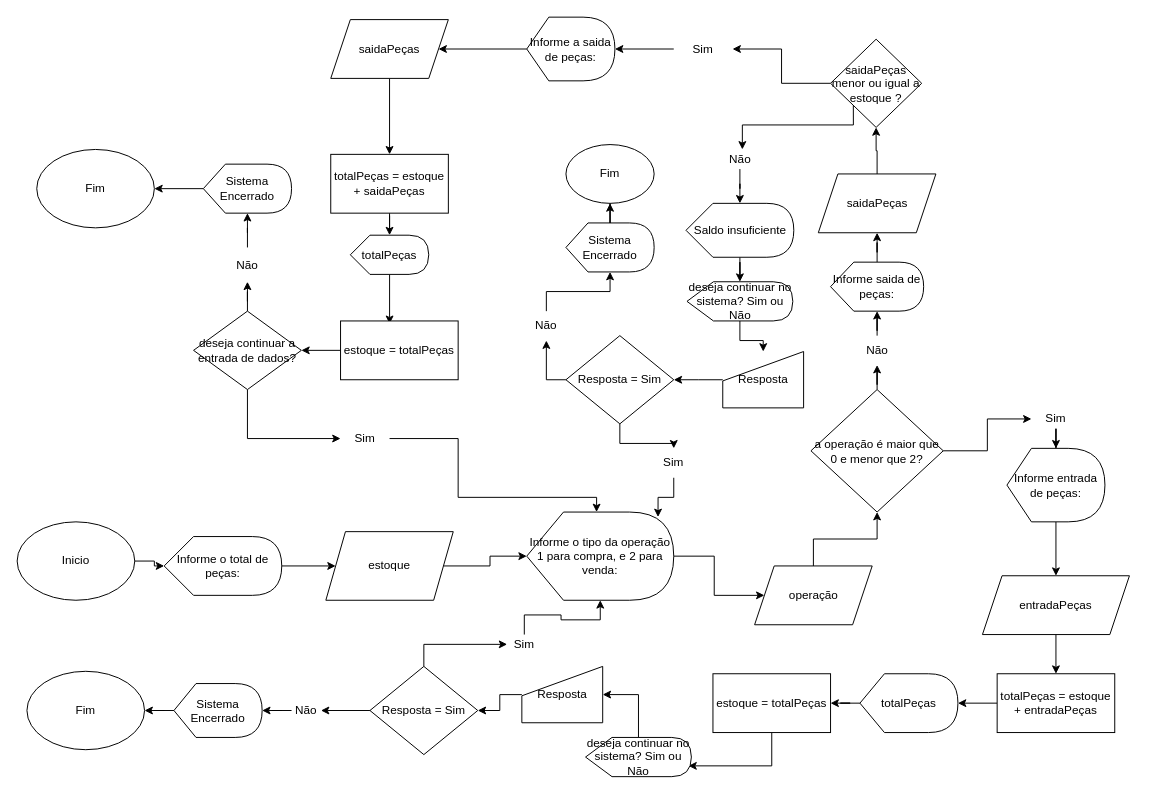
Earlier version of the draw.io diagram Atividade 1.drawio (JvVinicius/SENAI-Front-End). Source tidied: cells renumbered, new cells numbered last; positions are measured from the earlier drawing's top-left corner, leaving out a move shared by most shapes. Both pictures are drawn from the tidied source at 98%, with x=0, y=0 at pixel (17, 17).
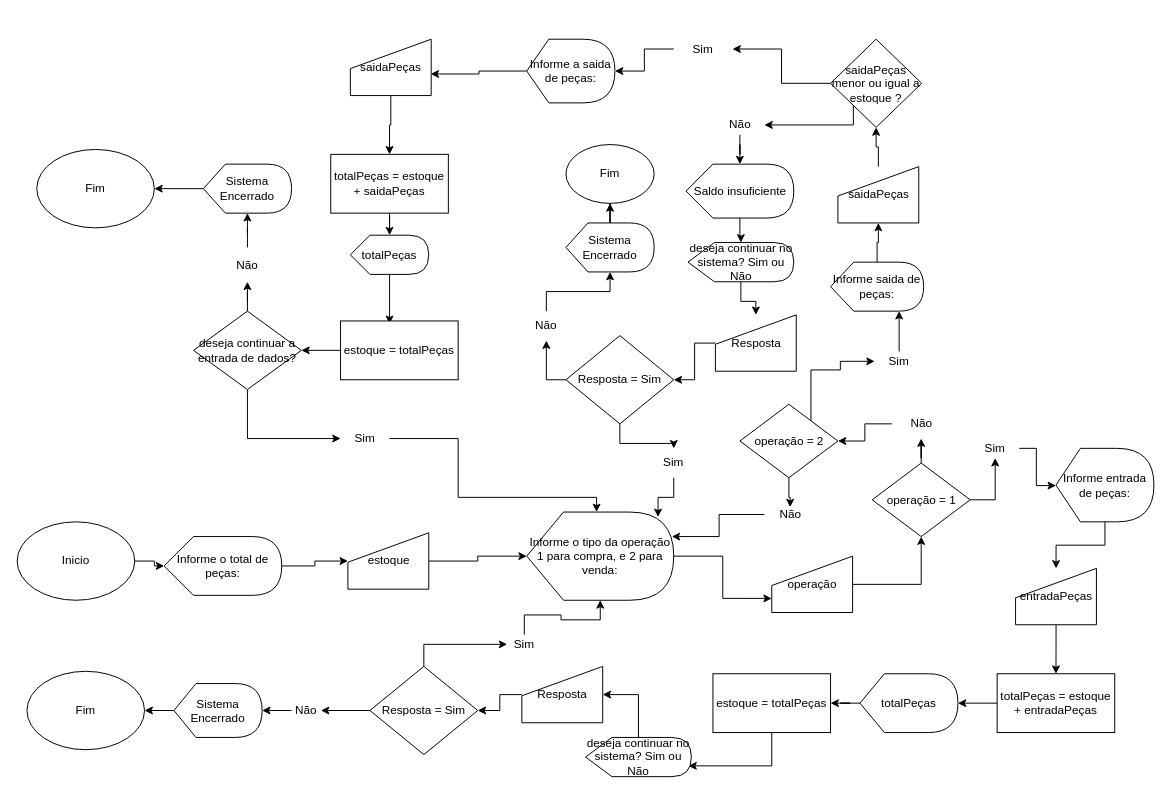
After the change.

Unchanged cells that the change refers to:
```xml
<mxCell id="9" value="Informe o tipo da operação 1 para compra, e 2 para venda:" style="shape=display;whiteSpace=wrap;html=1;" parent="1" vertex="1">
  <mxGeometry x="520" y="505" width="150" height="90" as="geometry" />
</mxCell>
<mxCell id="20" value="totalPeças = estoque + entradaPeças" style="rounded=0;whiteSpace=wrap;html=1;" parent="1" vertex="1">
  <mxGeometry x="1000" y="670" width="120" height="60" as="geometry" />
</mxCell>
<mxCell id="28" value="Informe saida de peças:" style="shape=display;whiteSpace=wrap;html=1;" parent="1" vertex="1">
  <mxGeometry x="830" y="250" width="95" height="50" as="geometry" />
</mxCell>
<mxCell id="33" value="saidaPeças menor ou igual a estoque ?" style="rhombus;whiteSpace=wrap;html=1;" parent="1" vertex="1">
  <mxGeometry x="830" y="22.5" width="93" height="90" as="geometry" />
</mxCell>
<mxCell id="56" value="totalPeças = estoque + saidaPeças" style="rounded=0;whiteSpace=wrap;html=1;" parent="1" vertex="1">
  <mxGeometry x="320" y="140" width="120" height="60" as="geometry" />
</mxCell>
```

The edit, as a diff of the source:
```diff
@@
-    <mxCell id="4" style="edgeStyle=orthogonalEdgeStyle;rounded=0;jettySize=auto;html=1;" parent="1" edge="1" source="5" target="9">
-      <mxGeometry relative="1" as="geometry" />
-    </mxCell>
-    <mxCell id="5" value="estoque" style="shape=parallelogram;perimeter=parallelogramPerimeter;whiteSpace=wrap;html=1;fixedSize=1;" parent="1" vertex="1">
-      <mxGeometry x="315" y="525" width="130" height="70" as="geometry" />
-    </mxCell>
@@
-    <mxCell id="8" style="edgeStyle=orthogonalEdgeStyle;rounded=0;jettySize=auto;html=1;" parent="1" edge="1" source="9" target="11">
+    <mxCell id="8" style="edgeStyle=orthogonalEdgeStyle;rounded=0;jettySize=auto;html=1;entryX=0;entryY=0.75;entryDx=0;entryDy=0;" parent="1" edge="1" source="9" target="11">
       <mxGeometry relative="1" as="geometry" />
     </mxCell>
@@
-    <mxCell id="10" style="edgeStyle=orthogonalEdgeStyle;rounded=0;jettySize=auto;html=1;" parent="1" edge="1" source="11" target="14">
-      <mxGeometry relative="1" as="geometry" />
-    </mxCell>
-    <mxCell id="11" value="operação" style="shape=parallelogram;perimeter=parallelogramPerimeter;whiteSpace=wrap;html=1;fixedSize=1;" parent="1" vertex="1">
-      <mxGeometry x="752.5" y="560" width="120" height="60" as="geometry" />
-    </mxCell>
     <mxCell id="12" style="edgeStyle=orthogonalEdgeStyle;rounded=0;jettySize=auto;html=1;" parent="1" edge="1" source="24" target="16">
-      <mxGeometry relative="1" as="geometry" />
+      <mxGeometry relative="1" as="geometry">
+        <Array as="points">
+          <mxPoint x="1040" y="440" />
+          <mxPoint x="1040" y="478" />
+        </Array>
+      </mxGeometry>
     </mxCell>
@@
-    <mxCell id="14" value="a operação é maior que 0 e menor que 2?" style="rhombus;whiteSpace=wrap;html=1;" parent="1" vertex="1">
-      <mxGeometry x="810" y="380" width="135" height="125" as="geometry" />
+    <mxCell id="14" value="operação = 1" style="rhombus;whiteSpace=wrap;html=1;" parent="1" vertex="1">
+      <mxGeometry x="872.5" y="455" width="100" height="75" as="geometry" />
     </mxCell>
@@
     <mxCell id="16" value="Informe entrada de peças:" style="shape=display;whiteSpace=wrap;html=1;" parent="1" vertex="1">
-      <mxGeometry x="1010" y="440" width="100" height="75" as="geometry" />
+      <mxGeometry x="1060" y="440" width="100" height="75" as="geometry" />
     </mxCell>
-    <mxCell id="17" style="edgeStyle=orthogonalEdgeStyle;rounded=0;jettySize=auto;html=1;" parent="1" edge="1" source="18" target="20">
-      <mxGeometry relative="1" as="geometry" />
-    </mxCell>
-    <mxCell id="18" value="entradaPeças" style="shape=parallelogram;perimeter=parallelogramPerimeter;whiteSpace=wrap;html=1;fixedSize=1;" parent="1" vertex="1">
-      <mxGeometry x="985" y="570" width="150" height="60" as="geometry" />
-    </mxCell>
@@
     <mxCell id="23" style="edgeStyle=orthogonalEdgeStyle;rounded=0;jettySize=auto;html=1;" parent="1" edge="1" source="14" target="24">
-      <mxGeometry relative="1" as="geometry" />
+      <mxGeometry relative="1" as="geometry">
+        <Array as="points">
+          <mxPoint x="998" y="493" />
+        </Array>
+      </mxGeometry>
     </mxCell>
     <mxCell id="24" value="Sim" style="text;html=1;strokeColor=none;fillColor=none;align=center;verticalAlign=middle;whiteSpace=wrap;rounded=0;" parent="1" vertex="1">
-      <mxGeometry x="1035" y="400" width="50" height="20" as="geometry" />
+      <mxGeometry x="972.5" y="430" width="50" height="20" as="geometry" />
     </mxCell>
-    <mxCell id="25" style="edgeStyle=orthogonalEdgeStyle;rounded=0;jettySize=auto;html=1;" parent="1" edge="1" source="26" target="28">
-      <mxGeometry relative="1" as="geometry" />
-    </mxCell>
+    <mxCell id="90" style="edgeStyle=orthogonalEdgeStyle;rounded=0;jettySize=auto;html=1;" parent="1" edge="1" source="26" target="95">
+      <mxGeometry relative="1" as="geometry" />
+    </mxCell>
     <mxCell id="26" value="Não" style="text;html=1;strokeColor=none;fillColor=none;align=center;verticalAlign=middle;whiteSpace=wrap;rounded=0;" parent="1" vertex="1">
-      <mxGeometry x="847.5" y="325" width="60" height="30" as="geometry" />
+      <mxGeometry x="892.5" y="400" width="60" height="30" as="geometry" />
     </mxCell>
-    <mxCell id="27" style="edgeStyle=orthogonalEdgeStyle;rounded=0;jettySize=auto;html=1;" parent="1" edge="1" source="28" target="30">
-      <mxGeometry relative="1" as="geometry" />
-    </mxCell>
+    <mxCell id="91" style="edgeStyle=orthogonalEdgeStyle;rounded=0;jettySize=auto;html=1;" parent="1" edge="1" source="28" target="101">
+      <mxGeometry relative="1" as="geometry" />
+    </mxCell>
@@
-    <mxCell id="29" style="edgeStyle=orthogonalEdgeStyle;rounded=0;jettySize=auto;html=1;" parent="1" edge="1" source="30" target="33">
-      <mxGeometry relative="1" as="geometry" />
-    </mxCell>
-    <mxCell id="30" value="saidaPeças" style="shape=parallelogram;perimeter=parallelogramPerimeter;whiteSpace=wrap;html=1;fixedSize=1;" parent="1" vertex="1">
-      <mxGeometry x="817.5" y="160" width="120" height="60" as="geometry" />
-    </mxCell>
@@
     <mxCell id="46" value="Não" style="text;html=1;strokeColor=none;fillColor=none;align=center;verticalAlign=middle;whiteSpace=wrap;rounded=0;" parent="1" vertex="1">
-      <mxGeometry x="712.5" y="135" width="50" height="20" as="geometry" />
+      <mxGeometry x="712.5" y="100" width="50" height="20" as="geometry" />
     </mxCell>
@@
     <mxCell id="48" value="Saldo insuficiente" style="shape=display;whiteSpace=wrap;html=1;" parent="1" vertex="1">
-      <mxGeometry x="682.5" y="190" width="110" height="55" as="geometry" />
+      <mxGeometry x="682.5" y="150" width="110" height="55" as="geometry" />
     </mxCell>
@@
-    <mxCell id="51" style="edgeStyle=orthogonalEdgeStyle;rounded=0;jettySize=auto;html=1;" parent="1" edge="1" source="52" target="54">
-      <mxGeometry relative="1" as="geometry" />
-    </mxCell>
+    <mxCell id="92" style="edgeStyle=orthogonalEdgeStyle;rounded=0;jettySize=auto;html=1;entryX=0.994;entryY=0.617;entryDx=0;entryDy=0;entryPerimeter=0;" parent="1" edge="1" source="52" target="103">
+      <mxGeometry relative="1" as="geometry" />
+    </mxCell>
     <mxCell id="52" value="Informe a saida de peças:" style="shape=display;whiteSpace=wrap;html=1;" parent="1" vertex="1">
-      <mxGeometry x="520" width="90" height="65" as="geometry" />
+      <mxGeometry x="520" y="22.5" width="90" height="65" as="geometry" />
     </mxCell>
-    <mxCell id="53" style="edgeStyle=orthogonalEdgeStyle;rounded=0;jettySize=auto;html=1;" parent="1" edge="1" source="54" target="56">
-      <mxGeometry relative="1" as="geometry" />
-    </mxCell>
-    <mxCell id="54" value="saidaPeças" style="shape=parallelogram;perimeter=parallelogramPerimeter;whiteSpace=wrap;html=1;fixedSize=1;" parent="1" vertex="1">
-      <mxGeometry x="320" y="2.5" width="120" height="60" as="geometry" />
-    </mxCell>
@@
     <mxCell id="84" value="deseja continuar no sistema? Sim ou Não" style="shape=display;whiteSpace=wrap;html=1;" parent="1" vertex="1">
-      <mxGeometry x="683.5" y="270" width="108" height="40" as="geometry" />
+      <mxGeometry x="684.5" y="230" width="108" height="40" as="geometry" />
     </mxCell>
@@
     <mxCell id="86" value="Resposta" style="shape=manualInput;whiteSpace=wrap;html=1;" parent="1" vertex="1">
-      <mxGeometry x="720" y="341.2" width="82.5" height="57.5" as="geometry" />
+      <mxGeometry x="712.5" y="303.8" width="82.5" height="57.5" as="geometry" />
     </mxCell>
@@
+    <mxCell id="93" style="edgeStyle=orthogonalEdgeStyle;rounded=0;jettySize=auto;html=1;entryX=0;entryY=0.5;entryDx=0;entryDy=0;" parent="1" edge="1" source="95" target="97">
+      <mxGeometry relative="1" as="geometry">
+        <Array as="points">
+          <mxPoint x="810" y="360" />
+          <mxPoint x="840" y="360" />
+          <mxPoint x="840" y="351" />
+        </Array>
+      </mxGeometry>
+    </mxCell>
+    <mxCell id="94" style="edgeStyle=orthogonalEdgeStyle;rounded=0;jettySize=auto;html=1;entryX=0.5;entryY=0;entryDx=0;entryDy=0;" parent="1" edge="1" source="95" target="99">
+      <mxGeometry relative="1" as="geometry" />
+    </mxCell>
+    <mxCell id="95" value="operação = 2" style="rhombus;whiteSpace=wrap;html=1;" parent="1" vertex="1">
+      <mxGeometry x="737.5" y="395" width="100" height="75" as="geometry" />
+    </mxCell>
+    <mxCell id="96" style="edgeStyle=orthogonalEdgeStyle;rounded=0;jettySize=auto;html=1;entryX=0;entryY=0;entryDx=70;entryDy=50;entryPerimeter=0;" parent="1" edge="1" source="97" target="28">
+      <mxGeometry relative="1" as="geometry" />
+    </mxCell>
+    <mxCell id="97" value="Sim" style="text;html=1;strokeColor=none;fillColor=none;align=center;verticalAlign=middle;whiteSpace=wrap;rounded=0;" parent="1" vertex="1">
+      <mxGeometry x="875" y="341.2" width="50" height="20" as="geometry" />
+    </mxCell>
+    <mxCell id="98" style="edgeStyle=orthogonalEdgeStyle;rounded=0;jettySize=auto;html=1;entryX=0.987;entryY=0.278;entryDx=0;entryDy=0;entryPerimeter=0;" parent="1" edge="1" source="99" target="9">
+      <mxGeometry relative="1" as="geometry" />
+    </mxCell>
+    <mxCell id="99" value="Não" style="text;html=1;strokeColor=none;fillColor=none;align=center;verticalAlign=middle;whiteSpace=wrap;rounded=0;" parent="1" vertex="1">
+      <mxGeometry x="762.5" y="500" width="52.5" height="15" as="geometry" />
+    </mxCell>
+    <mxCell id="100" style="edgeStyle=orthogonalEdgeStyle;rounded=0;jettySize=auto;html=1;" parent="1" edge="1" source="101" target="33">
+      <mxGeometry relative="1" as="geometry" />
+    </mxCell>
+    <mxCell id="101" value="saidaPeças" style="shape=manualInput;whiteSpace=wrap;html=1;" parent="1" vertex="1">
+      <mxGeometry x="837.5" y="152.5" width="82.5" height="57.5" as="geometry" />
+    </mxCell>
+    <mxCell id="17" style="edgeStyle=orthogonalEdgeStyle;rounded=0;jettySize=auto;html=1;" parent="1" edge="1" source="18" target="20">
+      <mxGeometry relative="1" as="geometry" />
+    </mxCell>
+    <mxCell id="18" value="entradaPeças" style="shape=manualInput;whiteSpace=wrap;html=1;" parent="1" vertex="1">
+      <mxGeometry x="1018.8" y="562.5" width="82.5" height="57.5" as="geometry" />
+    </mxCell>
+    <mxCell id="10" style="edgeStyle=orthogonalEdgeStyle;rounded=0;jettySize=auto;html=1;" parent="1" edge="1" source="11" target="14">
+      <mxGeometry relative="1" as="geometry" />
+    </mxCell>
+    <mxCell id="11" value="operação" style="shape=manualInput;whiteSpace=wrap;html=1;" parent="1" vertex="1">
+      <mxGeometry x="770" y="550" width="82.5" height="57.5" as="geometry" />
+    </mxCell>
+    <mxCell id="4" style="edgeStyle=orthogonalEdgeStyle;rounded=0;jettySize=auto;html=1;" parent="1" edge="1" source="5" target="9">
+      <mxGeometry relative="1" as="geometry" />
+    </mxCell>
+    <mxCell id="5" value="estoque" style="shape=manualInput;whiteSpace=wrap;html=1;" parent="1" vertex="1">
+      <mxGeometry x="337.5" y="526.2" width="82.5" height="57.5" as="geometry" />
+    </mxCell>
+    <mxCell id="102" style="edgeStyle=orthogonalEdgeStyle;rounded=0;jettySize=auto;html=1;" parent="1" edge="1" source="103" target="56">
+      <mxGeometry relative="1" as="geometry" />
+    </mxCell>
+    <mxCell id="103" value="saidaPeças" style="shape=manualInput;whiteSpace=wrap;html=1;" parent="1" vertex="1">
+      <mxGeometry x="340" y="22.5" width="82.5" height="57.5" as="geometry" />
+    </mxCell>
```
